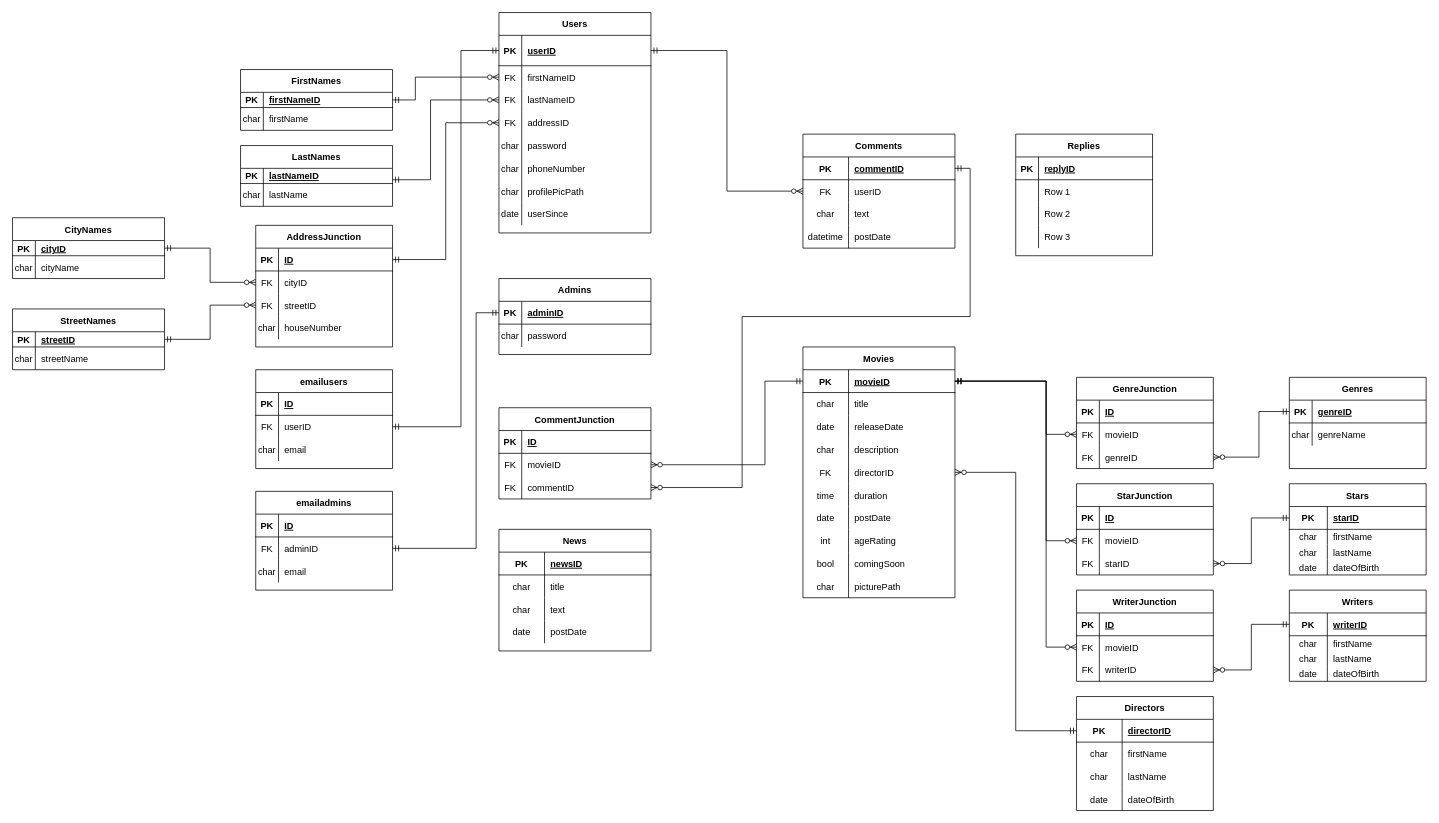
Before: FlickClickER.drawio in nikolailarsen01/FlickClick, a draw.io diagram. Source tidied: cells renumbered, new cells numbered last; positions are measured from the earlier drawing's top-left corner, leaving out a move shared by most shapes. Both pictures are drawn from the tidied source at 76%, with x=0, y=0 at pixel (12, 12).
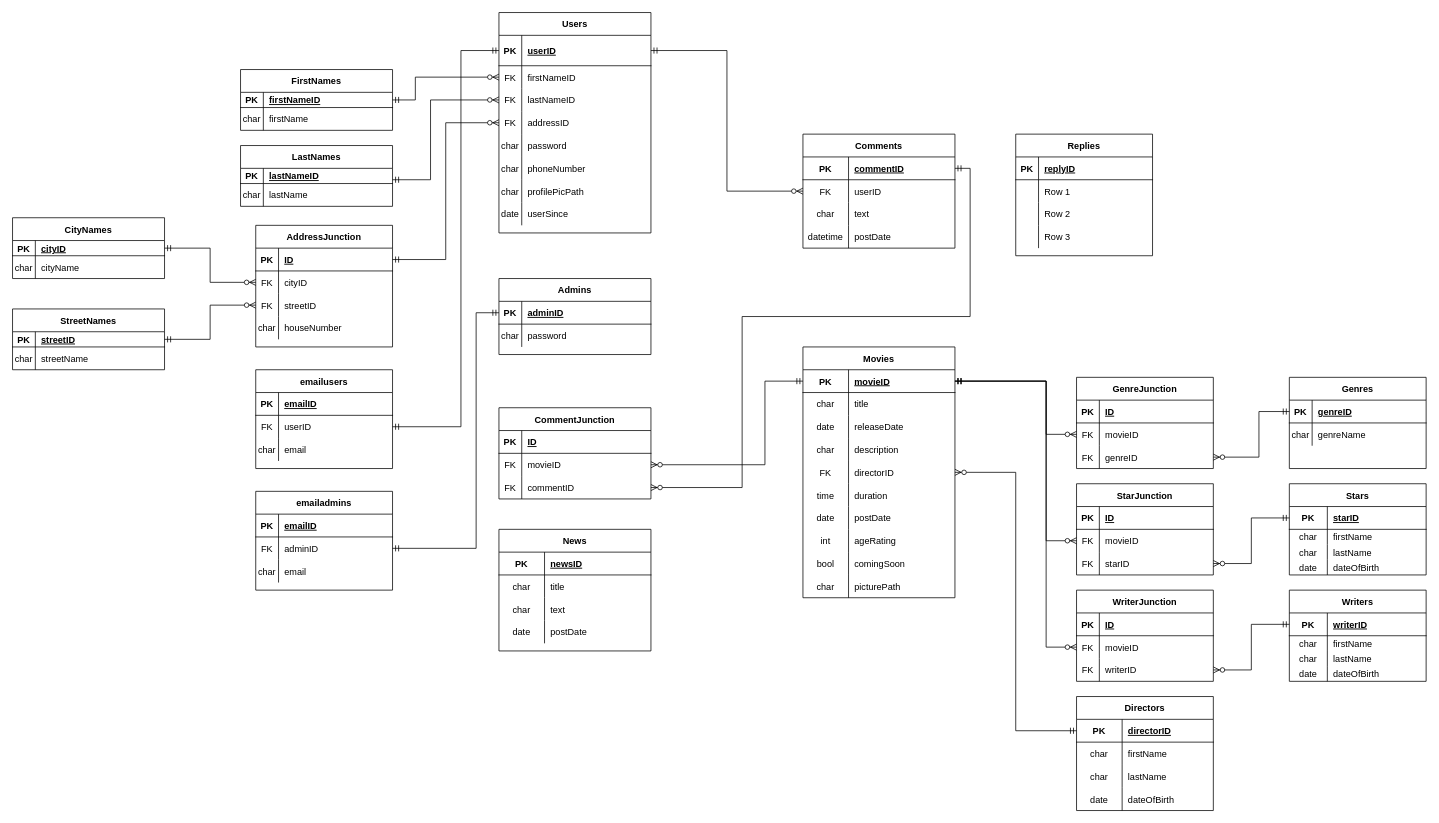
The same diagram, later.

The change refers to these unchanged cells:
```xml
<mxCell id="241" style="shape=partialRectangle;fillColor=none;top=0;left=0;bottom=1;right=0;" parent="240" vertex="1">
  <mxGeometry y="30" width="180" height="30" as="geometry" />
</mxCell>
<mxCell id="259" style="shape=partialRectangle;fillColor=none;top=0;left=0;bottom=1;right=0;" parent="258" vertex="1">
  <mxGeometry y="30" width="180" height="30" as="geometry" />
</mxCell>
```

The edit, as a diff of the source:
```diff
@@
-    <mxCell id="243" value="ID" style="shape=partialRectangle;fillColor=none;top=0;left=0;bottom=0;right=0;align=left;spacingLeft=6;fontStyle=5;overflow=hidden;" parent="241" vertex="1">
+    <mxCell id="243" value="emailID" style="shape=partialRectangle;fillColor=none;top=0;left=0;bottom=0;right=0;align=left;spacingLeft=6;fontStyle=5;overflow=hidden;" parent="241" vertex="1">
       <mxGeometry x="30" width="150" height="30" as="geometry" />
     </mxCell>
@@
-    <mxCell id="261" value="ID" style="shape=partialRectangle;fillColor=none;top=0;left=0;bottom=0;right=0;align=left;spacingLeft=6;fontStyle=5;overflow=hidden;" parent="259" vertex="1">
+    <mxCell id="261" value="emailID" style="shape=partialRectangle;fillColor=none;top=0;left=0;bottom=0;right=0;align=left;spacingLeft=6;fontStyle=5;overflow=hidden;" parent="259" vertex="1">
       <mxGeometry x="30" width="150" height="30" as="geometry" />
     </mxCell>
```
